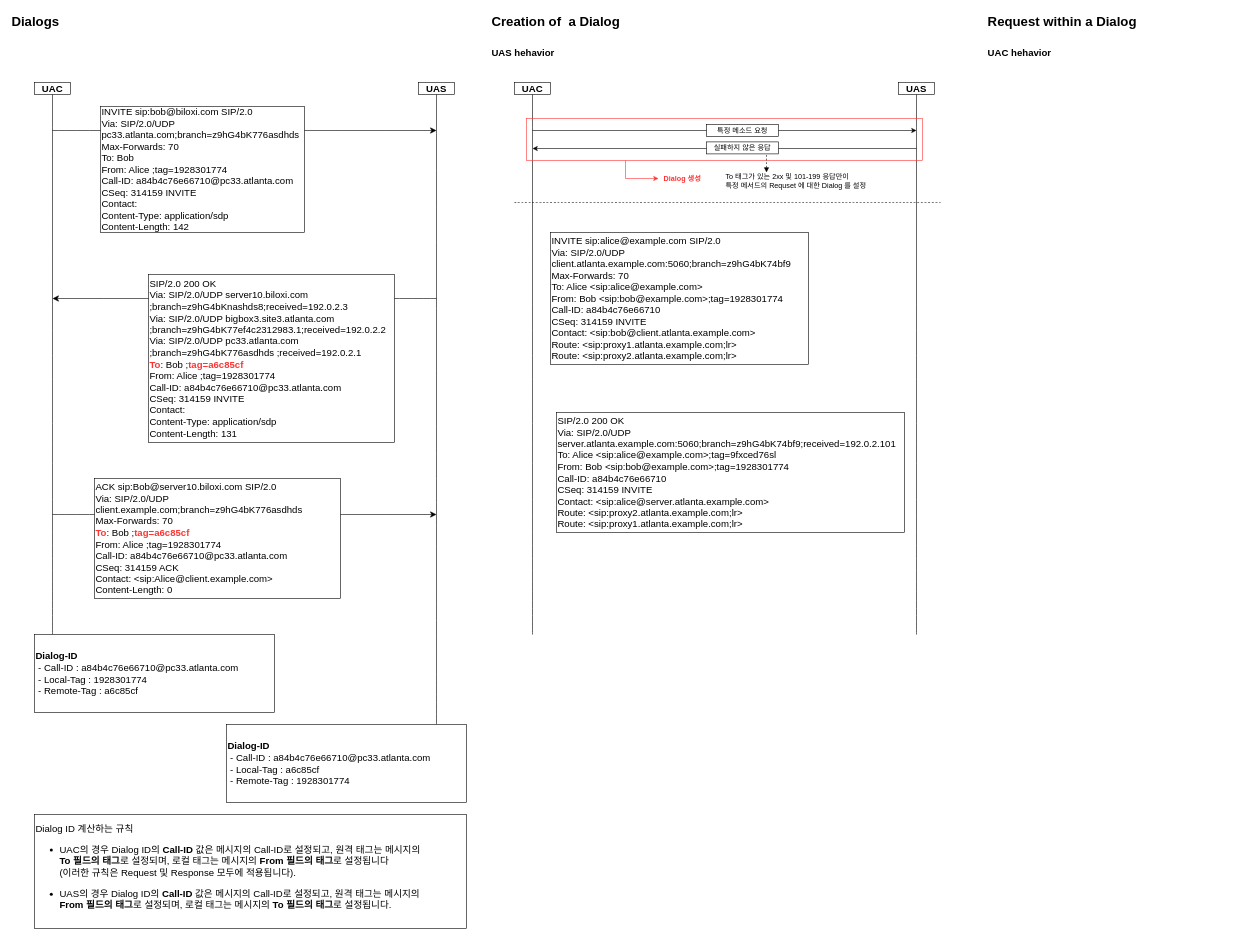
Above: 12장 Dialog.drawio in JaeHyeon774/NEWTIL (draw.io), before the change. Source tidied: cells renumbered, new cells numbered last; positions are measured from the earlier drawing's top-left corner, leaving out a move shared by most shapes. Both pictures are drawn from the tidied source at 60%, with x=0, y=0 at pixel (10, 10).
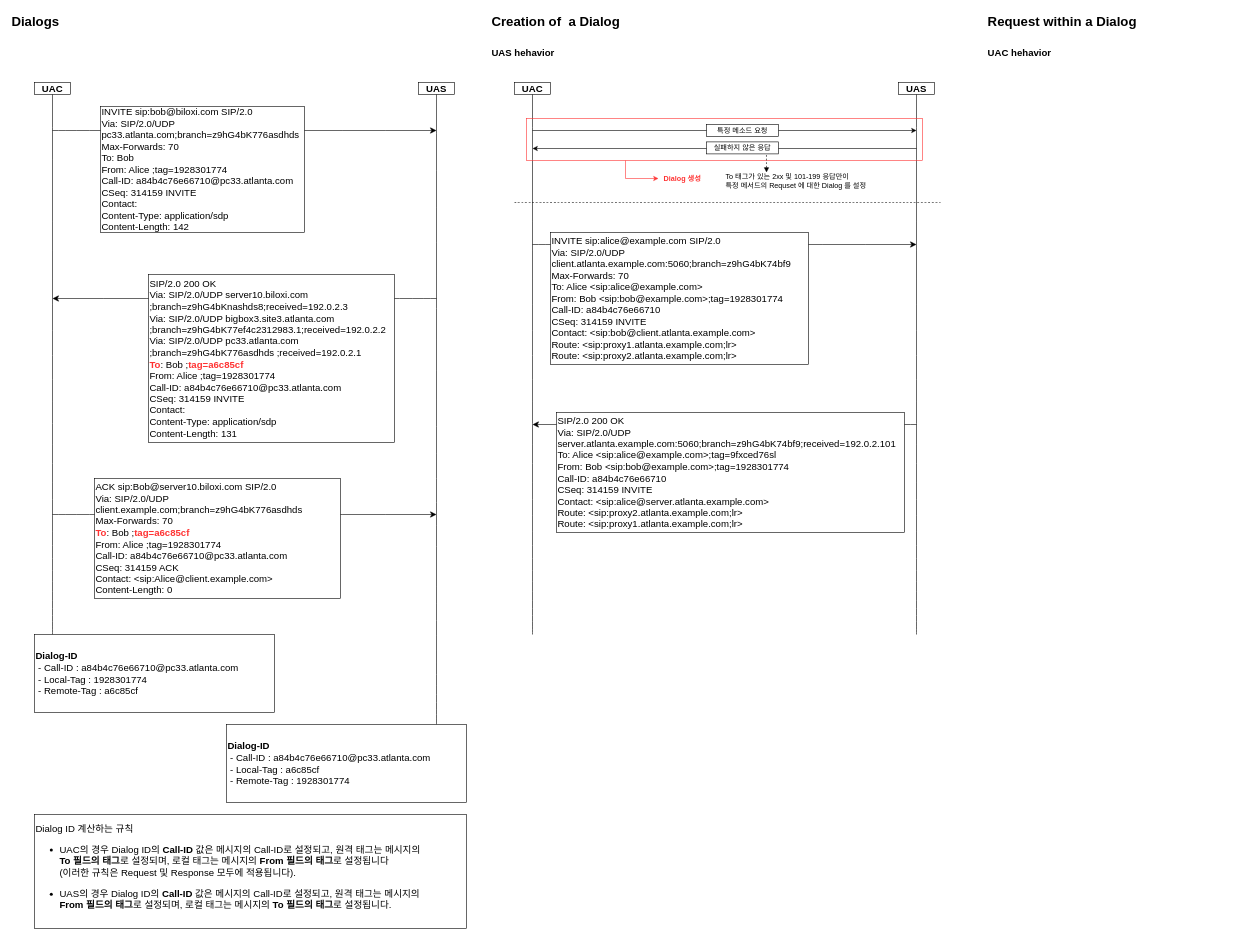
Above is the later version.

Commit message:
12장 Dialog.drawio 업데이트

The change refers to these unchanged cells:
```xml
<mxCell id="21" value="&lt;b&gt;UAS&lt;/b&gt;" style="rounded=0;whiteSpace=wrap;html=1;fontSize=16;" parent="1" vertex="1">
  <mxGeometry x="1480" y="120" width="60" height="20" as="geometry" />
</mxCell>
```

The edit, as a diff of the source:
```diff
@@
+    <mxCell id="36" style="endArrow=classic;html=1;rounded=0;fontSize=12;startSize=8;endSize=8;curved=1;" parent="1" edge="1">
+      <mxGeometry relative="1" as="geometry">
+        <mxPoint x="1510" y="690" as="sourcePoint" />
+        <mxPoint x="870" y="690" as="targetPoint" />
+      </mxGeometry>
+    </mxCell>
+    <mxCell id="37" style="endArrow=classic;html=1;rounded=0;fontSize=12;startSize=8;endSize=8;curved=1;" parent="1" edge="1">
+      <mxGeometry relative="1" as="geometry">
+        <mxPoint x="870" y="390" as="sourcePoint" />
+        <mxPoint x="1510" y="390" as="targetPoint" />
+      </mxGeometry>
+    </mxCell>
@@
-    <mxCell id="23" style="endArrow=none;html=1;rounded=0;fontSize=12;startSize=8;endSize=8;curved=1;entryX=0.5;entryY=1;entryDx=0;entryDy=0;" parent="1" edge="1" target="21">
+    <mxCell id="23" style="endArrow=none;html=1;rounded=0;fontSize=12;startSize=8;endSize=8;curved=1;entryX=0.5;entryY=1;entryDx=0;entryDy=0;" parent="1" edge="1">
       <mxGeometry relative="1" as="geometry">
         <mxPoint x="1510" y="1040" as="sourcePoint" />
+        <mxPoint x="1510" y="140" as="targetPoint" />
       </mxGeometry>
     </mxCell>
```
